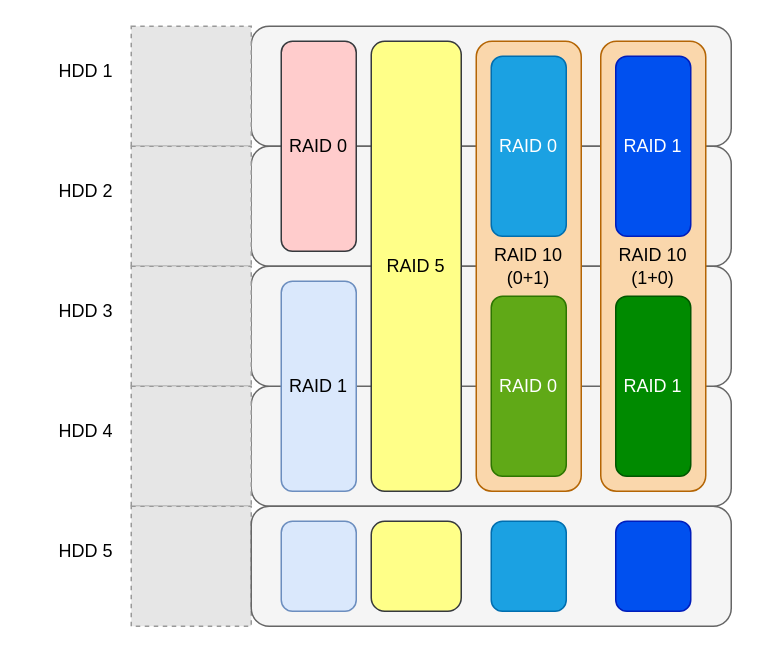
This is lesson_02/.images/schema.drawio from che-a/otus-pro-linux-admin, a draw.io file, before an edit. Source tidied: cells renumbered, new cells numbered last; positions are measured from the earlier drawing's top-left corner, leaving out a move shared by most shapes. Both pictures are drawn from the tidied source at 150%, with x=0, y=0 at pixel (26, 26). Pictures stored in the file or linked from it are replaced by grey dashed boxes.
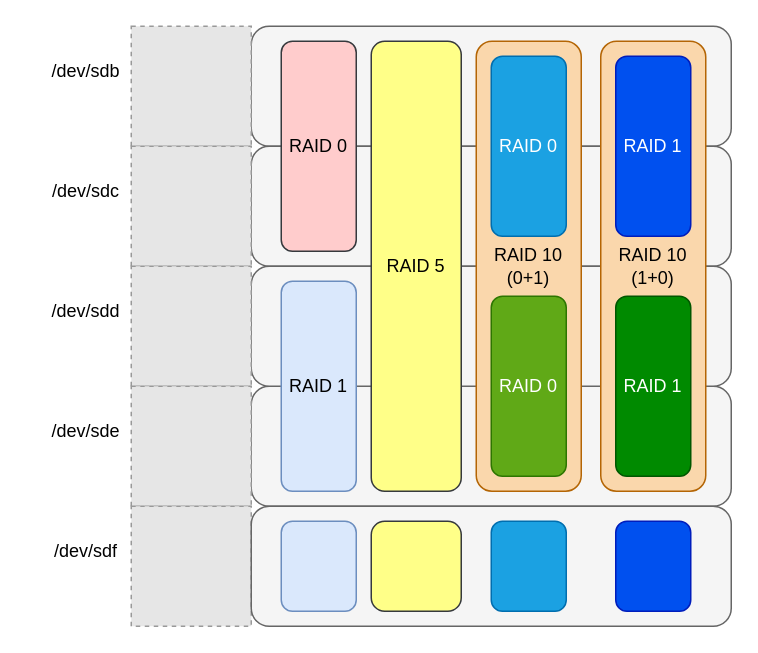
After the change.

The edit, as a diff of the source:
```diff
@@
-    <mxCell id="11" value="HDD 1" style="text;html=1;strokeColor=none;fillColor=none;align=center;verticalAlign=middle;whiteSpace=wrap;rounded=0;" parent="1" vertex="1">
+    <mxCell id="11" value="/dev/sdb" style="text;html=1;strokeColor=none;fillColor=none;align=center;verticalAlign=middle;whiteSpace=wrap;rounded=0;" parent="1" vertex="1">
       <mxGeometry y="20" width="80" height="20" as="geometry" />
     </mxCell>
-    <mxCell id="12" value="HDD 2" style="text;html=1;strokeColor=none;fillColor=none;align=center;verticalAlign=middle;whiteSpace=wrap;rounded=0;" parent="1" vertex="1">
+    <mxCell id="12" value="/dev/sdc" style="text;html=1;strokeColor=none;fillColor=none;align=center;verticalAlign=middle;whiteSpace=wrap;rounded=0;" parent="1" vertex="1">
       <mxGeometry y="100" width="80" height="20" as="geometry" />
     </mxCell>
-    <mxCell id="13" value="HDD 3" style="text;html=1;strokeColor=none;fillColor=none;align=center;verticalAlign=middle;whiteSpace=wrap;rounded=0;" parent="1" vertex="1">
+    <mxCell id="13" value="/dev/sdd" style="text;html=1;strokeColor=none;fillColor=none;align=center;verticalAlign=middle;whiteSpace=wrap;rounded=0;" parent="1" vertex="1">
       <mxGeometry y="180" width="80" height="20" as="geometry" />
     </mxCell>
-    <mxCell id="14" value="HDD 4" style="text;html=1;strokeColor=none;fillColor=none;align=center;verticalAlign=middle;whiteSpace=wrap;rounded=0;" parent="1" vertex="1">
+    <mxCell id="14" value="/dev/sde" style="text;html=1;strokeColor=none;fillColor=none;align=center;verticalAlign=middle;whiteSpace=wrap;rounded=0;" parent="1" vertex="1">
       <mxGeometry y="260" width="80" height="20" as="geometry" />
     </mxCell>
@@
-    <mxCell id="20" value="HDD 5" style="text;html=1;strokeColor=none;fillColor=none;align=center;verticalAlign=middle;whiteSpace=wrap;rounded=0;" parent="1" vertex="1">
+    <mxCell id="20" value="/dev/sdf" style="text;html=1;strokeColor=none;fillColor=none;align=center;verticalAlign=middle;whiteSpace=wrap;rounded=0;" parent="1" vertex="1">
       <mxGeometry y="340" width="80" height="20" as="geometry" />
     </mxCell>
```
